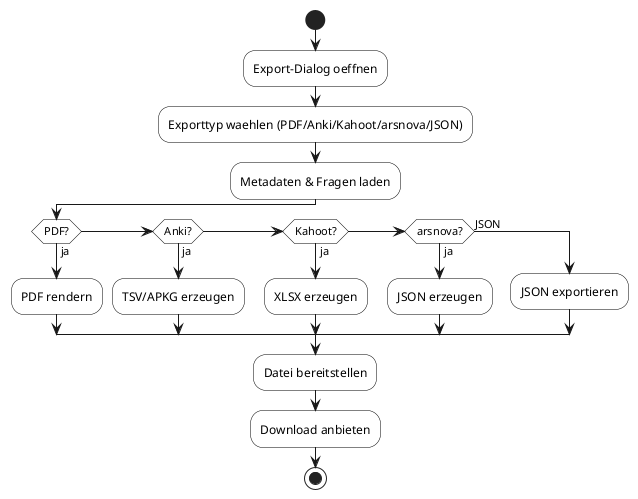
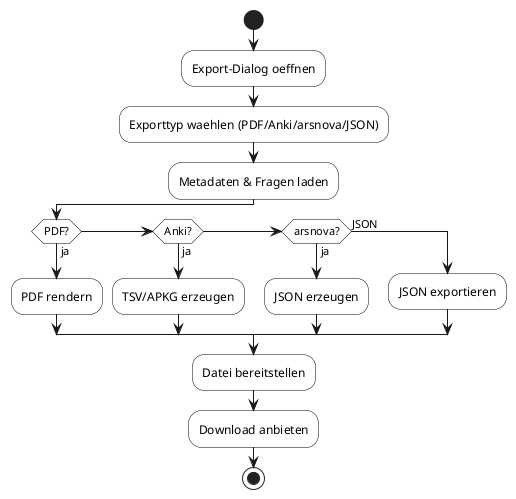
@startuml
skinparam shadowing false
skinparam activity {
  BackgroundColor White
  BorderColor Black
}

start
:Export-Dialog oeffnen;
- :Exporttyp waehlen (PDF/Anki/Kahoot/arsnova/JSON);
+ :Exporttyp waehlen (PDF/Anki/arsnova/JSON);
:Metadaten & Fragen laden;

if (PDF?) then (ja)
  :PDF rendern;
elseif (Anki?) then (ja)
  :TSV/APKG erzeugen;
- elseif (Kahoot?) then (ja)
-   :XLSX erzeugen;
elseif (arsnova?) then (ja)
  :JSON erzeugen;
else (JSON)
  :JSON exportieren;
endif

:Datei bereitstellen;
:Download anbieten;
stop
@enduml
